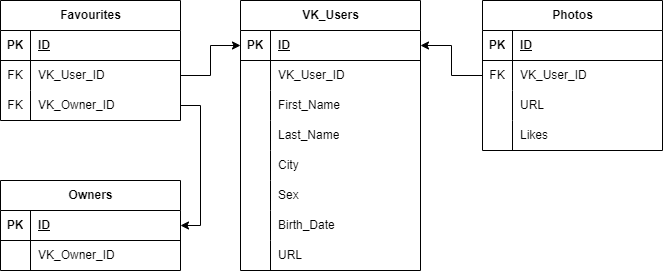
Earlier version of the draw.io export PYnder DB.png (Stimul88/PYnder). Source tidied: cells renumbered, new cells last; positions are measured from the earlier drawing's top-left corner, leaving out a move shared by most shapes.
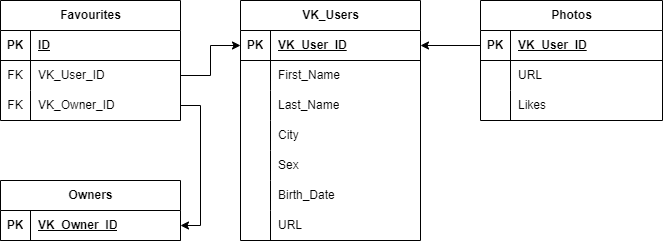
After the change.

Change to the diagram source:
```diff
@@ -3,7 +3,7 @@
     <mxCell id="0" />
     <mxCell id="1" parent="0" />
     <mxCell id="2" value="VK_Users" style="shape=table;startSize=30;rowLines=0;fontStyle=1;align=center;html=1;" parent="1" vertex="1">
-      <mxGeometry x="240" width="180" height="270" as="geometry" />
+      <mxGeometry x="240" width="180" height="240" as="geometry" />
     </mxCell>
     <mxCell id="3" style="shape=tableRow;horizontal=0;startSize=0;swimlaneHead=0;swimlaneBody=0;fillColor=none;points=[[0,0.5],[1,0.5]];portConstraint=eastwest;top=0;left=0;right=0;bottom=1;" parent="2" vertex="1">
       <mxGeometry y="30" width="180" height="30" as="geometry" />
@@ -11,20 +11,11 @@
     <mxCell id="4" value="PK" style="shape=partialRectangle;fillColor=none;top=0;left=0;bottom=0;right=0;fontStyle=1;overflow=hidden;whiteSpace=wrap;html=1;" parent="3" vertex="1">
       <mxGeometry width="30" height="30" as="geometry" />
     </mxCell>
-    <mxCell id="5" value="ID" style="shape=partialRectangle;fillColor=none;top=0;left=0;bottom=0;right=0;align=left;spacingLeft=6;fontStyle=5;overflow=hidden;whiteSpace=wrap;html=1;" parent="3" vertex="1">
+    <mxCell id="5" value="VK_User_ID" style="shape=partialRectangle;fillColor=none;top=0;left=0;bottom=0;right=0;align=left;spacingLeft=6;fontStyle=5;overflow=hidden;whiteSpace=wrap;html=1;" parent="3" vertex="1">
       <mxGeometry x="30" width="150" height="30" as="geometry" />
     </mxCell>
-    <mxCell id="6" style="shape=tableRow;horizontal=0;startSize=0;swimlaneHead=0;swimlaneBody=0;fillColor=none;top=0;left=0;right=0;bottom=0;" parent="2" vertex="1">
-      <mxGeometry y="60" width="180" height="30" as="geometry" />
-    </mxCell>
-    <mxCell id="7" style="shape=partialRectangle;fillColor=none;top=0;left=0;bottom=0;right=0;overflow=hidden;whiteSpace=wrap;html=1;" parent="6" vertex="1">
-      <mxGeometry width="30" height="30" as="geometry" />
-    </mxCell>
-    <mxCell id="8" value="VK_User_ID" style="shape=partialRectangle;fillColor=none;top=0;left=0;bottom=0;right=0;align=left;spacingLeft=6;overflow=hidden;whiteSpace=wrap;html=1;" parent="6" vertex="1">
-      <mxGeometry x="30" width="150" height="30" as="geometry" />
-    </mxCell>
     <mxCell id="9" style="shape=tableRow;horizontal=0;startSize=0;swimlaneHead=0;swimlaneBody=0;fillColor=none;top=0;left=0;right=0;bottom=0;" parent="2" vertex="1">
-      <mxGeometry y="90" width="180" height="30" as="geometry" />
+      <mxGeometry y="60" width="180" height="30" as="geometry" />
     </mxCell>
     <mxCell id="10" style="shape=partialRectangle;fillColor=none;top=0;left=0;bottom=0;right=0;overflow=hidden;whiteSpace=wrap;html=1;" parent="9" vertex="1">
       <mxGeometry width="30" height="30" as="geometry" />
@@ -33,7 +24,7 @@
       <mxGeometry x="30" width="150" height="30" as="geometry" />
     </mxCell>
     <mxCell id="12" style="shape=tableRow;horizontal=0;startSize=0;swimlaneHead=0;swimlaneBody=0;fillColor=none;top=0;left=0;right=0;bottom=0;" parent="2" vertex="1">
-      <mxGeometry y="120" width="180" height="30" as="geometry" />
+      <mxGeometry y="90" width="180" height="30" as="geometry" />
     </mxCell>
     <mxCell id="13" style="shape=partialRectangle;fillColor=none;top=0;left=0;bottom=0;right=0;overflow=hidden;whiteSpace=wrap;html=1;" parent="12" vertex="1">
       <mxGeometry width="30" height="30" as="geometry" />
@@ -42,7 +33,7 @@
       <mxGeometry x="30" width="150" height="30" as="geometry" />
     </mxCell>
     <mxCell id="15" style="shape=tableRow;horizontal=0;startSize=0;swimlaneHead=0;swimlaneBody=0;fillColor=none;top=0;left=0;right=0;bottom=0;" parent="2" vertex="1">
-      <mxGeometry y="150" width="180" height="30" as="geometry" />
+      <mxGeometry y="120" width="180" height="30" as="geometry" />
     </mxCell>
     <mxCell id="16" style="shape=partialRectangle;fillColor=none;top=0;left=0;bottom=0;right=0;overflow=hidden;whiteSpace=wrap;html=1;" parent="15" vertex="1">
       <mxGeometry width="30" height="30" as="geometry" />
@@ -51,7 +42,7 @@
       <mxGeometry x="30" width="150" height="30" as="geometry" />
     </mxCell>
     <mxCell id="18" style="shape=tableRow;horizontal=0;startSize=0;swimlaneHead=0;swimlaneBody=0;fillColor=none;top=0;left=0;right=0;bottom=0;" parent="2" vertex="1">
-      <mxGeometry y="180" width="180" height="30" as="geometry" />
+      <mxGeometry y="150" width="180" height="30" as="geometry" />
     </mxCell>
     <mxCell id="19" style="shape=partialRectangle;fillColor=none;top=0;left=0;bottom=0;right=0;overflow=hidden;whiteSpace=wrap;html=1;" parent="18" vertex="1">
       <mxGeometry width="30" height="30" as="geometry" />
@@ -60,7 +51,7 @@
       <mxGeometry x="30" width="150" height="30" as="geometry" />
     </mxCell>
     <mxCell id="21" style="shape=tableRow;horizontal=0;startSize=0;swimlaneHead=0;swimlaneBody=0;fillColor=none;top=0;left=0;right=0;bottom=0;" parent="2" vertex="1">
-      <mxGeometry y="210" width="180" height="30" as="geometry" />
+      <mxGeometry y="180" width="180" height="30" as="geometry" />
     </mxCell>
     <mxCell id="22" style="shape=partialRectangle;fillColor=none;top=0;left=0;bottom=0;right=0;overflow=hidden;whiteSpace=wrap;html=1;" parent="21" vertex="1">
       <mxGeometry width="30" height="30" as="geometry" />
@@ -69,7 +60,7 @@
       <mxGeometry x="30" width="150" height="30" as="geometry" />
     </mxCell>
     <mxCell id="24" style="shape=tableRow;horizontal=0;startSize=0;swimlaneHead=0;swimlaneBody=0;fillColor=none;top=0;left=0;right=0;bottom=0;" parent="2" vertex="1">
-      <mxGeometry y="240" width="180" height="30" as="geometry" />
+      <mxGeometry y="210" width="180" height="30" as="geometry" />
     </mxCell>
     <mxCell id="25" style="shape=partialRectangle;fillColor=none;top=0;left=0;bottom=0;right=0;overflow=hidden;whiteSpace=wrap;html=1;" parent="24" vertex="1">
       <mxGeometry width="30" height="30" as="geometry" />
@@ -78,46 +69,37 @@
       <mxGeometry x="30" width="150" height="30" as="geometry" />
     </mxCell>
     <mxCell id="27" value="Photos" style="shape=table;startSize=30;rowLines=0;fontStyle=1;align=center;html=1;" parent="1" vertex="1">
-      <mxGeometry x="482" width="180" height="150" as="geometry" />
+      <mxGeometry x="480" width="182" height="120" as="geometry" />
     </mxCell>
     <mxCell id="28" style="shape=tableRow;horizontal=0;startSize=0;swimlaneHead=0;swimlaneBody=0;fillColor=none;points=[[0,0.5],[1,0.5]];portConstraint=eastwest;top=0;left=0;right=0;bottom=1;" parent="27" vertex="1">
-      <mxGeometry y="30" width="180" height="30" as="geometry" />
+      <mxGeometry y="30" width="182" height="30" as="geometry" />
     </mxCell>
     <mxCell id="29" value="PK" style="shape=partialRectangle;fillColor=none;top=0;left=0;bottom=0;right=0;fontStyle=1;overflow=hidden;whiteSpace=wrap;html=1;" parent="28" vertex="1">
       <mxGeometry width="30" height="30" as="geometry" />
     </mxCell>
-    <mxCell id="30" value="ID" style="shape=partialRectangle;fillColor=none;top=0;left=0;bottom=0;right=0;align=left;spacingLeft=6;fontStyle=5;overflow=hidden;whiteSpace=wrap;html=1;" parent="28" vertex="1">
-      <mxGeometry x="30" width="150" height="30" as="geometry" />
+    <mxCell id="30" value="VK_User_ID" style="shape=partialRectangle;fillColor=none;top=0;left=0;bottom=0;right=0;align=left;spacingLeft=6;fontStyle=5;overflow=hidden;whiteSpace=wrap;html=1;" parent="28" vertex="1">
+      <mxGeometry x="30" width="152" height="30" as="geometry" />
     </mxCell>
-    <mxCell id="31" style="shape=tableRow;horizontal=0;startSize=0;swimlaneHead=0;swimlaneBody=0;fillColor=none;points=[[0,0.5],[1,0.5]];portConstraint=eastwest;top=0;left=0;right=0;bottom=0;" parent="27" vertex="1">
-      <mxGeometry y="60" width="180" height="30" as="geometry" />
-    </mxCell>
-    <mxCell id="32" value="FK" style="shape=partialRectangle;fillColor=none;top=0;left=0;bottom=0;right=0;overflow=hidden;whiteSpace=wrap;html=1;" parent="31" vertex="1">
-      <mxGeometry width="30" height="30" as="geometry" />
-    </mxCell>
-    <mxCell id="33" value="VK_User_ID" style="shape=partialRectangle;fillColor=none;top=0;left=0;bottom=0;right=0;align=left;spacingLeft=6;overflow=hidden;whiteSpace=wrap;html=1;" parent="31" vertex="1">
-      <mxGeometry x="30" width="150" height="30" as="geometry" />
-    </mxCell>
     <mxCell id="34" style="shape=tableRow;horizontal=0;startSize=0;swimlaneHead=0;swimlaneBody=0;fillColor=none;top=0;left=0;right=0;bottom=0;" parent="27" vertex="1">
-      <mxGeometry y="90" width="180" height="30" as="geometry" />
+      <mxGeometry y="60" width="182" height="30" as="geometry" />
     </mxCell>
     <mxCell id="35" style="shape=partialRectangle;fillColor=none;top=0;left=0;bottom=0;right=0;overflow=hidden;whiteSpace=wrap;html=1;" parent="34" vertex="1">
       <mxGeometry width="30" height="30" as="geometry" />
     </mxCell>
     <mxCell id="36" value="URL" style="shape=partialRectangle;fillColor=none;top=0;left=0;bottom=0;right=0;align=left;spacingLeft=6;overflow=hidden;whiteSpace=wrap;html=1;" parent="34" vertex="1">
-      <mxGeometry x="30" width="150" height="30" as="geometry" />
+      <mxGeometry x="30" width="152" height="30" as="geometry" />
     </mxCell>
     <mxCell id="37" style="shape=tableRow;horizontal=0;startSize=0;swimlaneHead=0;swimlaneBody=0;fillColor=none;top=0;left=0;right=0;bottom=0;" parent="27" vertex="1">
-      <mxGeometry y="120" width="180" height="30" as="geometry" />
+      <mxGeometry y="90" width="182" height="30" as="geometry" />
     </mxCell>
     <mxCell id="38" style="shape=partialRectangle;fillColor=none;top=0;left=0;bottom=0;right=0;overflow=hidden;whiteSpace=wrap;html=1;" parent="37" vertex="1">
       <mxGeometry width="30" height="30" as="geometry" />
     </mxCell>
     <mxCell id="39" value="Likes" style="shape=partialRectangle;fillColor=none;top=0;left=0;bottom=0;right=0;align=left;spacingLeft=6;overflow=hidden;whiteSpace=wrap;html=1;" parent="37" vertex="1">
-      <mxGeometry x="30" width="150" height="30" as="geometry" />
+      <mxGeometry x="30" width="152" height="30" as="geometry" />
     </mxCell>
     <mxCell id="40" value="Owners" style="shape=table;startSize=30;rowLines=0;fontStyle=1;align=center;html=1;" parent="1" vertex="1">
-      <mxGeometry y="180" width="180" height="90" as="geometry" />
+      <mxGeometry y="180" width="180" height="60" as="geometry" />
     </mxCell>
     <mxCell id="41" style="shape=tableRow;horizontal=0;startSize=0;swimlaneHead=0;swimlaneBody=0;fillColor=none;points=[[0,0.5],[1,0.5]];portConstraint=eastwest;top=0;left=0;right=0;bottom=1;" parent="40" vertex="1">
       <mxGeometry y="30" width="180" height="30" as="geometry" />
@@ -125,18 +107,9 @@
     <mxCell id="42" value="PK" style="shape=partialRectangle;fillColor=none;top=0;left=0;bottom=0;right=0;fontStyle=1;overflow=hidden;whiteSpace=wrap;html=1;" parent="41" vertex="1">
       <mxGeometry width="30" height="30" as="geometry" />
     </mxCell>
-    <mxCell id="43" value="ID" style="shape=partialRectangle;fillColor=none;top=0;left=0;bottom=0;right=0;align=left;spacingLeft=6;fontStyle=5;overflow=hidden;whiteSpace=wrap;html=1;" parent="41" vertex="1">
+    <mxCell id="43" value="VK_Owner_ID" style="shape=partialRectangle;fillColor=none;top=0;left=0;bottom=0;right=0;align=left;spacingLeft=6;fontStyle=5;overflow=hidden;whiteSpace=wrap;html=1;" parent="41" vertex="1">
       <mxGeometry x="30" width="150" height="30" as="geometry" />
     </mxCell>
-    <mxCell id="44" style="shape=tableRow;horizontal=0;startSize=0;swimlaneHead=0;swimlaneBody=0;fillColor=none;top=0;left=0;right=0;bottom=0;" parent="40" vertex="1">
-      <mxGeometry y="60" width="180" height="30" as="geometry" />
-    </mxCell>
-    <mxCell id="45" style="shape=partialRectangle;fillColor=none;top=0;left=0;bottom=0;right=0;overflow=hidden;whiteSpace=wrap;html=1;" parent="44" vertex="1">
-      <mxGeometry width="30" height="30" as="geometry" />
-    </mxCell>
-    <mxCell id="46" value="VK_Owner_ID" style="shape=partialRectangle;fillColor=none;top=0;left=0;bottom=0;right=0;align=left;spacingLeft=6;overflow=hidden;whiteSpace=wrap;html=1;" parent="44" vertex="1">
-      <mxGeometry x="30" width="150" height="30" as="geometry" />
-    </mxCell>
     <mxCell id="47" value="Favourites" style="shape=table;startSize=30;rowLines=0;fontStyle=1;align=center;html=1;" parent="1" vertex="1">
       <mxGeometry width="180" height="120" as="geometry" />
     </mxCell>
@@ -178,8 +151,8 @@
     <mxCell id="58" style="edgeStyle=orthogonalEdgeStyle;rounded=0;jettySize=auto;html=1;entryX=0;entryY=0.5;entryDx=0;entryDy=0;" parent="1" edge="1" source="51" target="3">
       <mxGeometry relative="1" as="geometry" />
     </mxCell>
-    <mxCell id="59" style="edgeStyle=orthogonalEdgeStyle;rounded=0;jettySize=auto;html=1;entryX=1;entryY=0.5;entryDx=0;entryDy=0;" parent="1" edge="1" source="31" target="3">
-      <mxGeometry relative="1" as="geometry" />
-    </mxCell>
+    <mxCell id="60" style="edgeStyle=orthogonalEdgeStyle;rounded=0;jettySize=auto;html=1;" parent="1" edge="1" source="28" target="3">
+      <mxGeometry relative="1" as="geometry" />
+    </mxCell>
   </root>
 </mxGraphModel>
```
